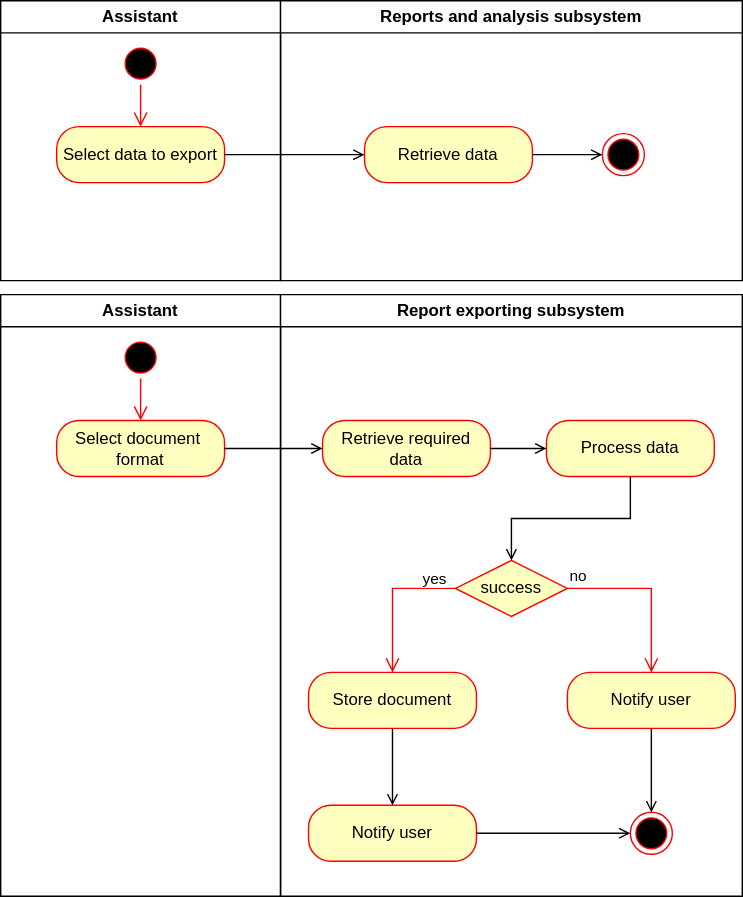
This is Reports_analysis_Activity.svg from Simamkele88/IFM3_GP, a draw.io export, as it was before one commit. Source tidied: cells renumbered, new cells last; positions are measured from the earlier drawing's top-left corner, leaving out a move shared by most shapes.
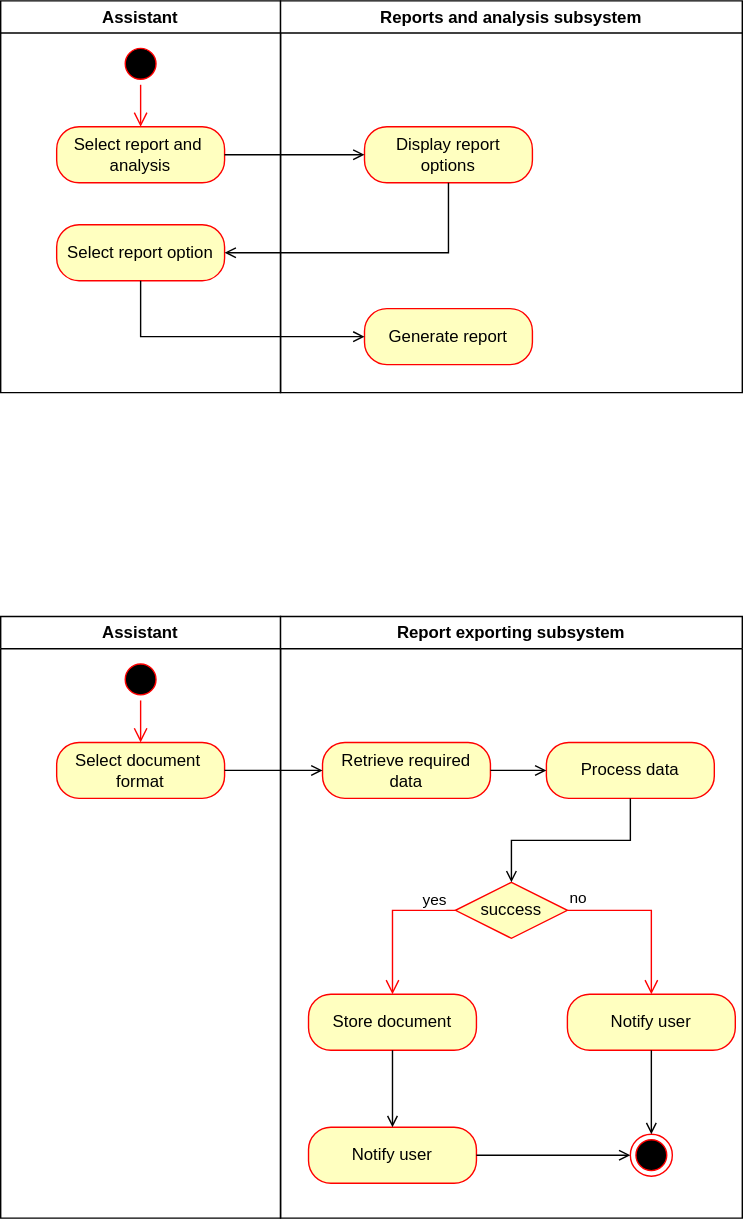
The same file after the commit.

What changed in the source:
```diff
@@ -3,9 +3,9 @@
     <mxCell id="0" />
     <mxCell id="1" parent="0" />
     <mxCell id="2" value="Assistant" style="swimlane;whiteSpace=wrap;html=1;startSize=23;" parent="1" vertex="1">
-      <mxGeometry width="200" height="200" as="geometry" />
+      <mxGeometry width="200" height="280" as="geometry" />
     </mxCell>
-    <mxCell id="3" value="Select data to export" style="rounded=1;whiteSpace=wrap;html=1;strokeColor=#ff0000;align=center;verticalAlign=middle;arcSize=40;fontFamily=Helvetica;fontSize=12;fontColor=#000000;fillColor=#ffffc0;" parent="2" vertex="1">
+    <mxCell id="3" value="Select report and&amp;nbsp;&lt;div&gt;analysis&lt;/div&gt;" style="rounded=1;whiteSpace=wrap;html=1;strokeColor=#ff0000;align=center;verticalAlign=middle;arcSize=40;fontFamily=Helvetica;fontSize=12;fontColor=#000000;fillColor=#ffffc0;" parent="2" vertex="1">
       <mxGeometry x="40" y="90" width="120" height="40" as="geometry" />
     </mxCell>
     <mxCell id="4" style="ellipse;html=1;shape=startState;fillColor=#000000;strokeColor=#ff0000;" parent="2" vertex="1">
@@ -14,20 +14,23 @@
     <mxCell id="5" style="edgeStyle=orthogonalEdgeStyle;html=1;verticalAlign=bottom;endArrow=open;endSize=8;strokeColor=#ff0000;rounded=0;entryX=0.5;entryY=0;entryDx=0;entryDy=0;" parent="2" edge="1" source="4" target="3">
       <mxGeometry relative="1" as="geometry" />
     </mxCell>
+    <mxCell id="31" value="Select report option" style="rounded=1;whiteSpace=wrap;html=1;strokeColor=#ff0000;align=center;verticalAlign=middle;arcSize=40;fontFamily=Helvetica;fontSize=12;fontColor=#000000;fillColor=#ffffc0;" parent="2" vertex="1">
+      <mxGeometry x="40" y="160" width="120" height="40" as="geometry" />
+    </mxCell>
     <mxCell id="6" value="Reports and analysis subsystem" style="swimlane;whiteSpace=wrap;html=1;" parent="1" vertex="1">
-      <mxGeometry x="200" width="330" height="200" as="geometry" />
+      <mxGeometry x="200" width="330" height="280" as="geometry" />
     </mxCell>
-    <mxCell id="7" value="Retrieve data" style="rounded=1;whiteSpace=wrap;html=1;strokeColor=#ff0000;align=center;verticalAlign=middle;arcSize=40;fontFamily=Helvetica;fontSize=12;fontColor=#000000;fillColor=#ffffc0;" parent="6" vertex="1">
+    <mxCell id="7" value="Display report&lt;div&gt;options&lt;/div&gt;" style="rounded=1;whiteSpace=wrap;html=1;strokeColor=#ff0000;align=center;verticalAlign=middle;arcSize=40;fontFamily=Helvetica;fontSize=12;fontColor=#000000;fillColor=#ffffc0;" parent="6" vertex="1">
       <mxGeometry x="60" y="90" width="120" height="40" as="geometry" />
     </mxCell>
-    <mxCell id="8" style="ellipse;html=1;shape=endState;fillColor=#000000;strokeColor=#ff0000;" parent="6" vertex="1">
-      <mxGeometry x="230" y="95" width="30" height="30" as="geometry" />
-    </mxCell>
+    <mxCell id="32" value="Generate report" style="rounded=1;whiteSpace=wrap;html=1;strokeColor=#ff0000;align=center;verticalAlign=middle;arcSize=40;fontFamily=Helvetica;fontSize=12;fontColor=#000000;fillColor=#ffffc0;" parent="6" vertex="1">
+      <mxGeometry x="60" y="220" width="120" height="40" as="geometry" />
+    </mxCell>
     <mxCell id="9" style="endArrow=open;html=1;rounded=0;exitX=1;exitY=0.5;exitDx=0;exitDy=0;entryX=0;entryY=0.5;entryDx=0;entryDy=0;endFill=0;" parent="1" edge="1" source="3" target="7">
       <mxGeometry relative="1" as="geometry" />
     </mxCell>
     <mxCell id="10" value="Assistant" style="swimlane;whiteSpace=wrap;html=1;" parent="1" vertex="1">
-      <mxGeometry y="210" width="200" height="430" as="geometry" />
+      <mxGeometry y="440" width="200" height="430" as="geometry" />
     </mxCell>
     <mxCell id="11" style="ellipse;html=1;shape=startState;fillColor=#000000;strokeColor=#ff0000;" parent="10" vertex="1">
       <mxGeometry x="85" y="30" width="30" height="30" as="geometry" />
@@ -39,7 +42,7 @@
       <mxGeometry x="40" y="90" width="120" height="40" as="geometry" />
     </mxCell>
     <mxCell id="14" value="Report exporting subsystem" style="swimlane;whiteSpace=wrap;html=1;" parent="1" vertex="1">
-      <mxGeometry x="200" y="210" width="330" height="430" as="geometry" />
+      <mxGeometry x="200" y="440" width="330" height="430" as="geometry" />
     </mxCell>
     <mxCell id="15" value="Retrieve required&lt;div&gt;data&lt;span style=&quot;color: rgba(0, 0, 0, 0); font-family: monospace; font-size: 0px; text-align: start; text-wrap-mode: nowrap; background-color: transparent;&quot;&gt;%3CmxGraphModel%3E%3Croot%3E%3CmxCell%20id%3D%220%22%2F%3E%3CmxCell%20id%3D%221%22%20parent%3D%220%22%2F%3E%3CmxCell%20id%3D%222%22%20value%3D%22Request%20document%22%20style%3D%22rounded%3D1%3BwhiteSpace%3Dwrap%3Bhtml%3D1%3B%22%20vertex%3D%221%22%20parent%3D%221%22%3E%3CmxGeometry%20x%3D%22240%22%20y%3D%22340%22%20width%3D%22120%22%20height%3D%2240%22%20as%3D%22geometry%22%2F%3E%3C%2FmxCell%3E%3C%2Froot%3E%3C%2FmxGraphModel%3E&lt;/span&gt;&lt;/div&gt;" style="rounded=1;whiteSpace=wrap;html=1;strokeColor=#ff0000;align=center;verticalAlign=middle;arcSize=40;fontFamily=Helvetica;fontSize=12;fontColor=#000000;fillColor=#ffffc0;" parent="14" vertex="1">
       <mxGeometry x="30" y="90" width="120" height="40" as="geometry" />
@@ -94,10 +97,19 @@
     <mxCell id="29" style="endArrow=open;html=1;rounded=0;exitX=1;exitY=0.5;exitDx=0;exitDy=0;entryX=0;entryY=0.5;entryDx=0;entryDy=0;endFill=0;" parent="1" edge="1" source="13" target="15">
       <mxGeometry relative="1" as="geometry" />
     </mxCell>
-    <mxCell id="30" style="endArrow=open;html=1;rounded=0;entryX=0;entryY=0.5;entryDx=0;entryDy=0;endFill=0;" parent="1" edge="1" target="8">
+    <mxCell id="30" style="endArrow=open;html=1;rounded=0;entryX=1;entryY=0.5;entryDx=0;entryDy=0;endFill=0;edgeStyle=orthogonalEdgeStyle;exitX=0.5;exitY=1;exitDx=0;exitDy=0;" parent="1" edge="1" source="7" target="31">
       <mxGeometry relative="1" as="geometry">
-        <mxPoint x="380" y="110" as="sourcePoint" />
+        <Array as="points">
+          <mxPoint x="320" y="180" />
+        </Array>
       </mxGeometry>
     </mxCell>
+    <mxCell id="33" style="endArrow=open;html=1;rounded=0;entryX=0;entryY=0.5;entryDx=0;entryDy=0;endFill=0;edgeStyle=orthogonalEdgeStyle;exitX=0.5;exitY=1;exitDx=0;exitDy=0;" parent="1" edge="1" source="31" target="32">
+      <mxGeometry relative="1" as="geometry">
+        <Array as="points">
+          <mxPoint x="100" y="240" />
+        </Array>
+      </mxGeometry>
+    </mxCell>
   </root>
 </mxGraphModel>
```
